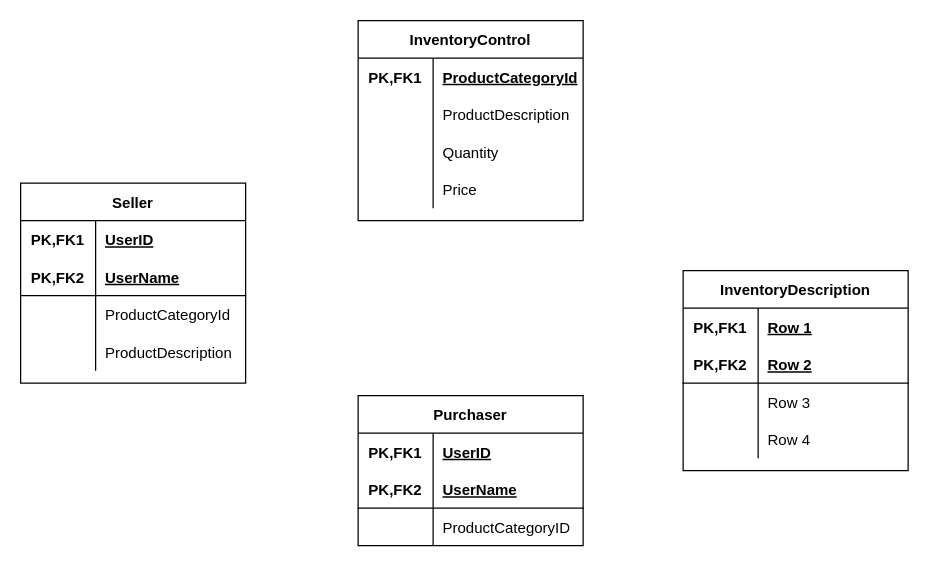
Earlier version of the draw.io diagram Untitled Diagram.drawio (sflaherty50/Spring-Boot-Final). Source tidied: cells renumbered, new cells numbered last; positions are measured from the earlier drawing's top-left corner, leaving out a move shared by most shapes. Both pictures are drawn from the tidied source at 125%, with x=0, y=0 at pixel (20, 20).
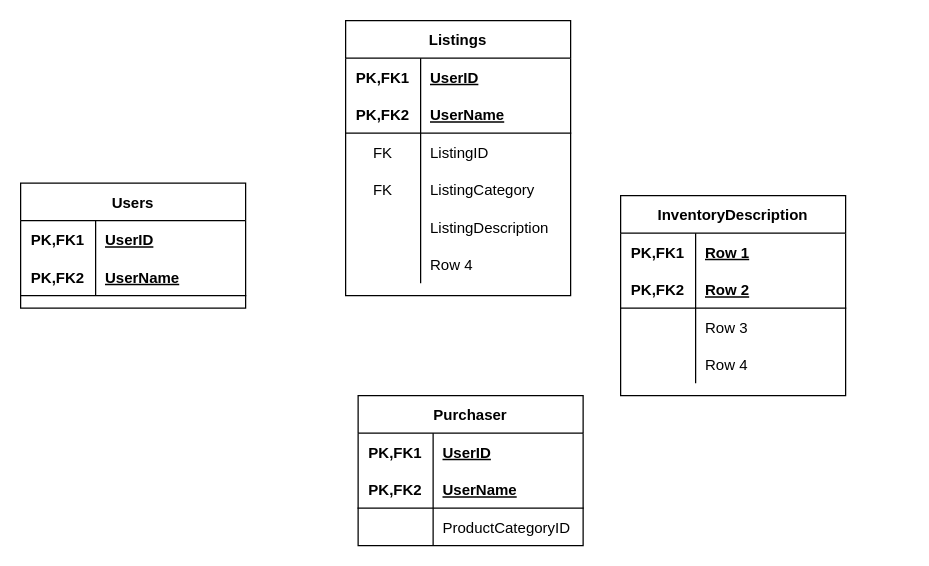
The same page after the edit.

The edit, as a diff of the source:
```diff
@@
-    <mxCell id="12" value="InventoryControl" style="shape=table;startSize=30;childLayout=tableLayout;rowLines=0;fontStyle=1;align=center;" parent="1" vertex="1">
-      <mxGeometry x="270" width="180" height="160" as="geometry" />
-    </mxCell>
-    <mxCell id="13" style="shape=partialRectangle;fillColor=none;top=0;left=0;bottom=0;right=0;" parent="12" vertex="1">
-      <mxGeometry y="30" width="180" height="30" as="geometry" />
-    </mxCell>
-    <mxCell id="14" value="PK,FK1" style="shape=partialRectangle;fillColor=none;top=0;left=0;bottom=0;right=0;fontStyle=1;overflow=hidden;" parent="13" vertex="1">
-      <mxGeometry width="60" height="30" as="geometry" />
-    </mxCell>
-    <mxCell id="15" value="ProductCategoryId" style="shape=partialRectangle;fillColor=none;top=0;left=0;bottom=0;right=0;align=left;spacingLeft=6;fontStyle=5;overflow=hidden;" parent="13" vertex="1">
-      <mxGeometry x="60" width="120" height="30" as="geometry" />
-    </mxCell>
-    <mxCell id="16" style="shape=partialRectangle;fillColor=none;top=0;left=0;bottom=0;right=0;" parent="12" vertex="1">
-      <mxGeometry y="60" width="180" height="30" as="geometry" />
-    </mxCell>
-    <mxCell id="17" style="shape=partialRectangle;fillColor=none;top=0;left=0;bottom=0;right=0;overflow=hidden;" parent="16" vertex="1">
-      <mxGeometry width="60" height="30" as="geometry" />
-    </mxCell>
-    <mxCell id="18" value="ProductDescription" style="shape=partialRectangle;fillColor=none;top=0;left=0;bottom=0;right=0;align=left;spacingLeft=6;overflow=hidden;" parent="16" vertex="1">
-      <mxGeometry x="60" width="120" height="30" as="geometry" />
-    </mxCell>
-    <mxCell id="19" style="shape=partialRectangle;fillColor=none;top=0;left=0;bottom=0;right=0;" parent="12" vertex="1">
-      <mxGeometry y="90" width="180" height="30" as="geometry" />
-    </mxCell>
-    <mxCell id="20" style="shape=partialRectangle;fillColor=none;top=0;left=0;bottom=0;right=0;overflow=hidden;" parent="19" vertex="1">
-      <mxGeometry width="60" height="30" as="geometry" />
-    </mxCell>
-    <mxCell id="21" value="Quantity" style="shape=partialRectangle;fillColor=none;top=0;left=0;bottom=0;right=0;align=left;spacingLeft=6;overflow=hidden;" parent="19" vertex="1">
-      <mxGeometry x="60" width="120" height="30" as="geometry" />
-    </mxCell>
-    <mxCell id="22" style="shape=partialRectangle;fillColor=none;top=0;left=0;bottom=0;right=0;" parent="12" vertex="1">
-      <mxGeometry y="120" width="180" height="30" as="geometry" />
-    </mxCell>
-    <mxCell id="23" style="shape=partialRectangle;fillColor=none;top=0;left=0;bottom=0;right=0;overflow=hidden;" parent="22" vertex="1">
-      <mxGeometry width="60" height="30" as="geometry" />
-    </mxCell>
-    <mxCell id="24" value="Price" style="shape=partialRectangle;fillColor=none;top=0;left=0;bottom=0;right=0;align=left;spacingLeft=6;overflow=hidden;" parent="22" vertex="1">
-      <mxGeometry x="60" width="120" height="30" as="geometry" />
-    </mxCell>
-    <mxCell id="25" value="Seller" style="shape=table;startSize=30;childLayout=tableLayout;rowLines=0;fontStyle=1;align=center;" parent="1" vertex="1">
-      <mxGeometry y="130" width="180" height="160" as="geometry" />
+    <mxCell id="25" value="Users" style="shape=table;startSize=30;childLayout=tableLayout;rowLines=0;fontStyle=1;align=center;" parent="1" vertex="1">
+      <mxGeometry y="130" width="180" height="100" as="geometry" />
     </mxCell>
@@
-    <mxCell id="32" style="shape=partialRectangle;fillColor=none;top=0;left=0;bottom=0;right=0;" parent="25" vertex="1">
-      <mxGeometry y="90" width="180" height="30" as="geometry" />
-    </mxCell>
-    <mxCell id="33" style="shape=partialRectangle;fillColor=none;top=0;left=0;bottom=0;right=0;overflow=hidden;" parent="32" vertex="1">
-      <mxGeometry width="60" height="30" as="geometry" />
-    </mxCell>
-    <mxCell id="34" value="ProductCategoryId" style="shape=partialRectangle;fillColor=none;top=0;left=0;bottom=0;right=0;align=left;spacingLeft=6;overflow=hidden;" parent="32" vertex="1">
-      <mxGeometry x="60" width="120" height="30" as="geometry" />
-    </mxCell>
-    <mxCell id="35" style="shape=partialRectangle;fillColor=none;top=0;left=0;bottom=0;right=0;" parent="25" vertex="1">
-      <mxGeometry y="120" width="180" height="30" as="geometry" />
-    </mxCell>
-    <mxCell id="36" style="shape=partialRectangle;fillColor=none;top=0;left=0;bottom=0;right=0;overflow=hidden;" parent="35" vertex="1">
-      <mxGeometry width="60" height="30" as="geometry" />
-    </mxCell>
-    <mxCell id="37" value="ProductDescription" style="shape=partialRectangle;fillColor=none;top=0;left=0;bottom=0;right=0;align=left;spacingLeft=6;overflow=hidden;" parent="35" vertex="1">
-      <mxGeometry x="60" width="120" height="30" as="geometry" />
-    </mxCell>
     <mxCell id="38" value="InventoryDescription" style="shape=table;startSize=30;childLayout=tableLayout;rowLines=0;fontStyle=1;align=center;" parent="1" vertex="1">
-      <mxGeometry x="530" y="200" width="180" height="160" as="geometry" />
+      <mxGeometry x="480" y="140" width="180" height="160" as="geometry" />
     </mxCell>
@@
+    <mxCell id="51" value="Listings" style="shape=table;startSize=30;childLayout=tableLayout;rowLines=0;fontStyle=1;align=center;" parent="1" vertex="1">
+      <mxGeometry x="260" width="180" height="220" as="geometry" />
+    </mxCell>
+    <mxCell id="13" style="shape=partialRectangle;fillColor=none;top=0;left=0;bottom=0;right=0;" parent="51" vertex="1">
+      <mxGeometry y="30" width="180" height="30" as="geometry" />
+    </mxCell>
+    <mxCell id="14" value="PK,FK1" style="shape=partialRectangle;fillColor=none;top=0;left=0;bottom=0;right=0;fontStyle=1;overflow=hidden;" parent="13" vertex="1">
+      <mxGeometry width="60" height="30" as="geometry" />
+    </mxCell>
+    <mxCell id="52" value="UserID" style="shape=partialRectangle;fillColor=none;top=0;left=0;bottom=0;right=0;align=left;spacingLeft=6;fontStyle=5;overflow=hidden;" parent="13" vertex="1">
+      <mxGeometry x="60" width="120" height="30" as="geometry" />
+    </mxCell>
+    <mxCell id="53" style="shape=partialRectangle;fillColor=none;top=0;left=0;bottom=1;right=0;" parent="51" vertex="1">
+      <mxGeometry y="60" width="180" height="30" as="geometry" />
+    </mxCell>
+    <mxCell id="54" value="PK,FK2" style="shape=partialRectangle;fillColor=none;top=0;left=0;bottom=0;right=0;fontStyle=1;overflow=hidden;" parent="53" vertex="1">
+      <mxGeometry width="60" height="30" as="geometry" />
+    </mxCell>
+    <mxCell id="55" value="UserName" style="shape=partialRectangle;fillColor=none;top=0;left=0;bottom=0;right=0;align=left;spacingLeft=6;fontStyle=5;overflow=hidden;" parent="53" vertex="1">
+      <mxGeometry x="60" width="120" height="30" as="geometry" />
+    </mxCell>
+    <mxCell id="56" style="shape=partialRectangle;fillColor=none;top=0;left=0;bottom=0;right=0;" parent="51" vertex="1">
+      <mxGeometry y="90" width="180" height="30" as="geometry" />
+    </mxCell>
+    <mxCell id="57" value="FK" style="shape=partialRectangle;fillColor=none;top=0;left=0;bottom=0;right=0;fontStyle=0;overflow=hidden;" parent="56" vertex="1">
+      <mxGeometry width="60" height="30" as="geometry" />
+    </mxCell>
+    <mxCell id="58" value="ListingID" style="shape=partialRectangle;fillColor=none;top=0;left=0;bottom=0;right=0;align=left;spacingLeft=6;fontStyle=0;overflow=hidden;" parent="56" vertex="1">
+      <mxGeometry x="60" width="120" height="30" as="geometry" />
+    </mxCell>
+    <mxCell id="59" style="shape=partialRectangle;fillColor=none;top=0;left=0;bottom=0;right=0;" parent="51" vertex="1">
+      <mxGeometry y="120" width="180" height="30" as="geometry" />
+    </mxCell>
+    <mxCell id="60" value="FK" style="shape=partialRectangle;fillColor=none;top=0;left=0;bottom=0;right=0;fontStyle=0;overflow=hidden;" parent="59" vertex="1">
+      <mxGeometry width="60" height="30" as="geometry" />
+    </mxCell>
+    <mxCell id="61" value="ListingCategory" style="shape=partialRectangle;fillColor=none;top=0;left=0;bottom=0;right=0;align=left;spacingLeft=6;fontStyle=0;overflow=hidden;" parent="59" vertex="1">
+      <mxGeometry x="60" width="120" height="30" as="geometry" />
+    </mxCell>
+    <mxCell id="62" style="shape=partialRectangle;fillColor=none;top=0;left=0;bottom=0;right=0;" parent="51" vertex="1">
+      <mxGeometry y="150" width="180" height="30" as="geometry" />
+    </mxCell>
+    <mxCell id="63" style="shape=partialRectangle;fillColor=none;top=0;left=0;bottom=0;right=0;overflow=hidden;" parent="62" vertex="1">
+      <mxGeometry width="60" height="30" as="geometry" />
+    </mxCell>
+    <mxCell id="64" value="ListingDescription" style="shape=partialRectangle;fillColor=none;top=0;left=0;bottom=0;right=0;align=left;spacingLeft=6;overflow=hidden;" parent="62" vertex="1">
+      <mxGeometry x="60" width="120" height="30" as="geometry" />
+    </mxCell>
+    <mxCell id="65" style="shape=partialRectangle;fillColor=none;top=0;left=0;bottom=0;right=0;" parent="51" vertex="1">
+      <mxGeometry y="180" width="180" height="30" as="geometry" />
+    </mxCell>
+    <mxCell id="66" style="shape=partialRectangle;fillColor=none;top=0;left=0;bottom=0;right=0;overflow=hidden;" parent="65" vertex="1">
+      <mxGeometry width="60" height="30" as="geometry" />
+    </mxCell>
+    <mxCell id="67" value="Row 4" style="shape=partialRectangle;fillColor=none;top=0;left=0;bottom=0;right=0;align=left;spacingLeft=6;overflow=hidden;" parent="65" vertex="1">
+      <mxGeometry x="60" width="120" height="30" as="geometry" />
+    </mxCell>
```
